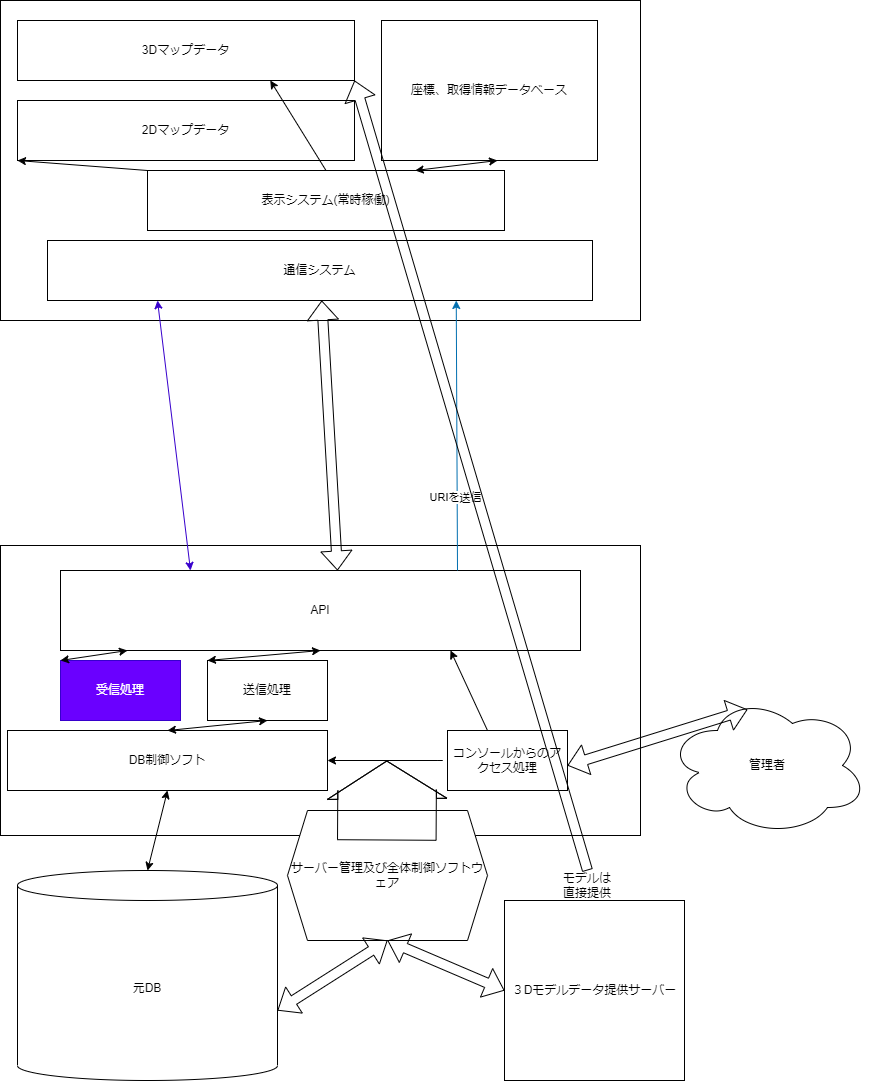
Above: setting/main.drawio.png in nanten-pi/PLATEAUpront (draw.io), before the change. Source tidied: cells renumbered, new cells last; positions are measured from the earlier drawing's top-left corner, leaving out a move shared by most shapes.
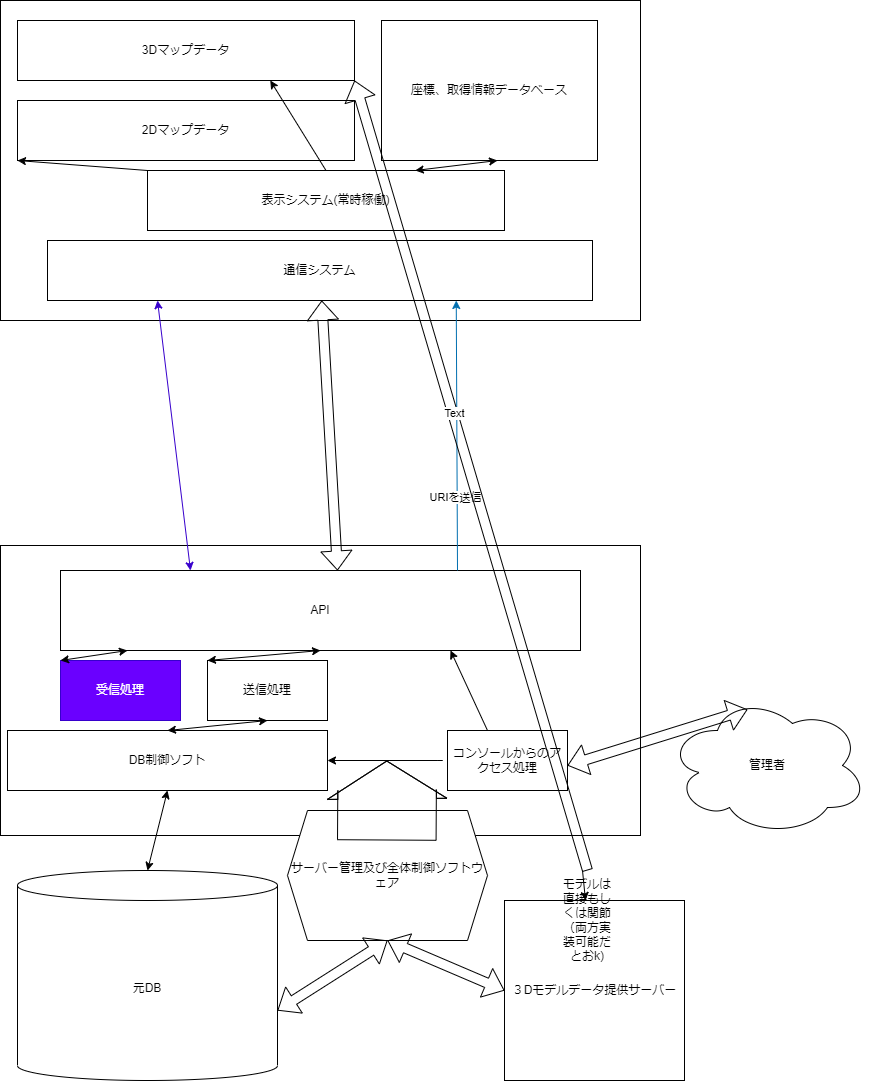
Later version of the same file.

Commit message:
3dを試しに実装　早急に設計のdrawioを修正（汚すぎる）

Diff of the diagram source:
```diff
@@ -116,6 +116,9 @@
     <mxCell id="30" style="shape=flexArrow;endArrow=classic;startArrow=none;html=1;exitX=0.5;exitY=0;exitDx=0;exitDy=0;entryX=1;entryY=1;entryDx=0;entryDy=0;" parent="1" edge="1" source="34" target="6">
       <mxGeometry relative="1" as="geometry" />
     </mxCell>
+    <mxCell id="38" value="Text" style="edgeLabel;html=1;align=center;verticalAlign=middle;" parent="30" vertex="1">
+      <mxGeometry x="0.16" y="-1" relative="1" as="geometry" />
+    </mxCell>
     <mxCell id="31" value="３Dモデルデータ提供サーバー" style="whiteSpace=wrap;html=1;" parent="1" vertex="1">
       <mxGeometry x="504" y="900" width="180" height="180" as="geometry" />
     </mxCell>
@@ -125,8 +128,8 @@
     <mxCell id="33" style="edgeStyle=none;html=1;" parent="1" edge="1" source="34" target="31">
       <mxGeometry relative="1" as="geometry" />
     </mxCell>
-    <mxCell id="34" value="モデルは直接提供" style="text;html=1;strokeColor=none;fillColor=none;align=center;verticalAlign=middle;whiteSpace=wrap;rounded=0;" parent="1" vertex="1">
-      <mxGeometry x="557" y="870" width="60" height="30" as="geometry" />
+    <mxCell id="34" value="モデルは直接もしくは関節（両方実装可能だとおk)&lt;br&gt;" style="text;html=1;strokeColor=none;fillColor=none;align=center;verticalAlign=middle;whiteSpace=wrap;rounded=0;" parent="1" vertex="1">
+      <mxGeometry x="557" y="870" width="60" height="100" as="geometry" />
     </mxCell>
     <mxCell id="35" style="shape=flexArrow;endArrow=classic;startArrow=classic;html=1;entryX=0.5;entryY=1;entryDx=0;entryDy=0;" parent="1" edge="1" target="32">
       <mxGeometry relative="1" as="geometry">
```
